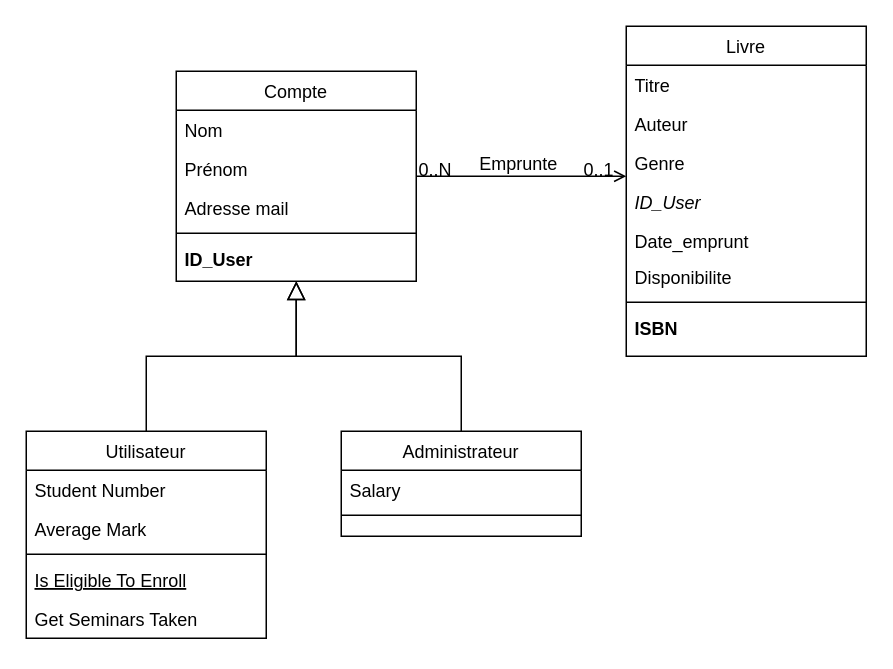
The draw.io diagram Untitled Diagram.drawio in arkonny/projet-c-esiea, before the edit. Source tidied: cells renumbered, new cells numbered last; positions are measured from the earlier drawing's top-left corner, leaving out a move shared by most shapes. Both pictures are drawn from the tidied source at 150%, with x=0, y=0 at pixel (26, 26).
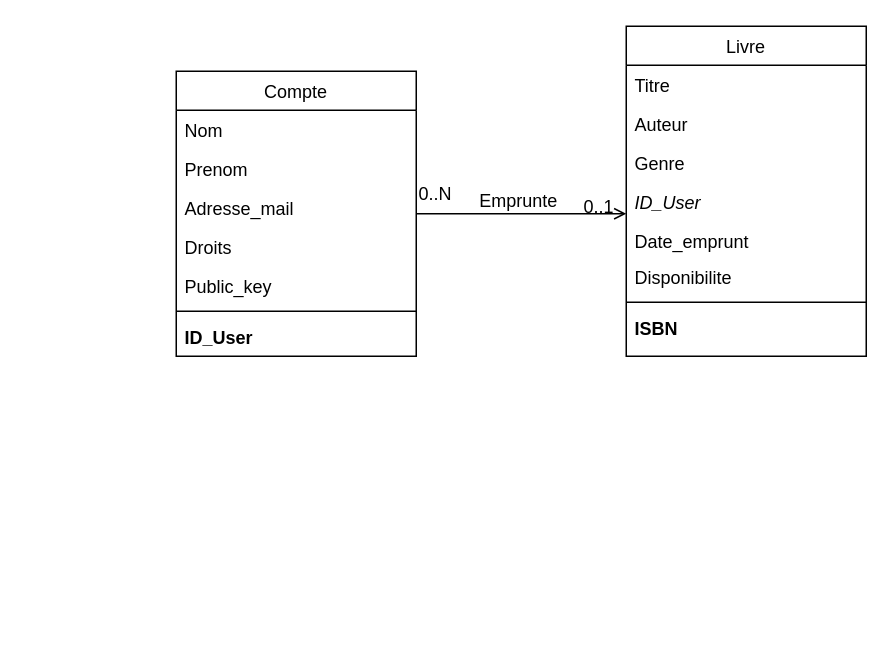
After the change.

The change refers to these unchanged cells:
```xml
<mxCell id="26" style="endArrow=open;shadow=0;strokeWidth=1;rounded=0;endFill=1;edgeStyle=elbowEdgeStyle;elbow=vertical;" parent="1" edge="1" source="2" target="19">
  <mxGeometry x="0.5" y="41" relative="1" as="geometry">
    <mxPoint x="-40" y="32" as="offset" />
  </mxGeometry>
</mxCell>
```

What changed in the source:
```diff
@@
     <mxCell id="2" value="Compte" style="swimlane;fontStyle=0;align=center;verticalAlign=top;horizontal=1;startSize=26;rounded=0;shadow=0;strokeWidth=1;" parent="1" vertex="1">
-      <mxGeometry x="100" y="30" width="160" height="140" as="geometry" />
+      <mxGeometry x="100" y="30" width="160" height="190" as="geometry" />
     </mxCell>
@@
-    <mxCell id="4" value="Prénom" style="text;align=left;verticalAlign=top;spacingLeft=4;spacingRight=4;overflow=hidden;rounded=0;shadow=0;html=0;" parent="2" vertex="1">
+    <mxCell id="4" value="Prenom" style="text;align=left;verticalAlign=top;spacingLeft=4;spacingRight=4;overflow=hidden;rounded=0;shadow=0;html=0;" parent="2" vertex="1">
       <mxGeometry y="52" width="160" height="26" as="geometry" />
     </mxCell>
-    <mxCell id="5" value="Adresse mail" style="text;align=left;verticalAlign=top;spacingLeft=4;spacingRight=4;overflow=hidden;rounded=0;shadow=0;html=0;" parent="2" vertex="1">
+    <mxCell id="5" value="Adresse_mail" style="text;align=left;verticalAlign=top;spacingLeft=4;spacingRight=4;overflow=hidden;rounded=0;shadow=0;html=0;" parent="2" vertex="1">
       <mxGeometry y="78" width="160" height="26" as="geometry" />
     </mxCell>
+    <mxCell id="32" value="Droits" style="text;align=left;verticalAlign=top;spacingLeft=4;spacingRight=4;overflow=hidden;rounded=0;shadow=0;html=0;" parent="2" vertex="1">
+      <mxGeometry y="104" width="160" height="26" as="geometry" />
+    </mxCell>
+    <mxCell id="33" value="Public_key" style="text;align=left;verticalAlign=top;spacingLeft=4;spacingRight=4;overflow=hidden;rounded=0;shadow=0;html=0;" parent="2" vertex="1">
+      <mxGeometry y="130" width="160" height="26" as="geometry" />
+    </mxCell>
     <mxCell id="6" style="line;html=1;strokeWidth=1;align=left;verticalAlign=middle;spacingTop=-1;spacingLeft=3;spacingRight=3;labelPosition=right;" parent="2" vertex="1">
-      <mxGeometry y="104" width="160" height="8" as="geometry" />
+      <mxGeometry y="156" width="160" height="8" as="geometry" />
     </mxCell>
     <mxCell id="7" value="ID_User" style="text;align=left;verticalAlign=top;spacingLeft=4;spacingRight=4;overflow=hidden;fontStyle=1;" parent="2" vertex="1">
-      <mxGeometry y="112" width="160" height="26" as="geometry" />
+      <mxGeometry y="164" width="160" height="26" as="geometry" />
     </mxCell>
-    <mxCell id="8" value="Utilisateur" style="swimlane;fontStyle=0;align=center;verticalAlign=top;horizontal=1;startSize=26;rounded=0;shadow=0;strokeWidth=1;" parent="1" vertex="1">
-      <mxGeometry y="270" width="160" height="138" as="geometry" />
-    </mxCell>
-    <mxCell id="9" value="Student Number" style="text;align=left;verticalAlign=top;spacingLeft=4;spacingRight=4;overflow=hidden;" parent="8" vertex="1">
-      <mxGeometry y="26" width="160" height="26" as="geometry" />
-    </mxCell>
-    <mxCell id="10" value="Average Mark" style="text;align=left;verticalAlign=top;spacingLeft=4;spacingRight=4;overflow=hidden;rounded=0;shadow=0;html=0;" parent="8" vertex="1">
-      <mxGeometry y="52" width="160" height="26" as="geometry" />
-    </mxCell>
-    <mxCell id="11" style="line;html=1;strokeWidth=1;align=left;verticalAlign=middle;spacingTop=-1;spacingLeft=3;spacingRight=3;labelPosition=right;" parent="8" vertex="1">
-      <mxGeometry y="78" width="160" height="8" as="geometry" />
-    </mxCell>
-    <mxCell id="12" value="Is Eligible To Enroll" style="text;align=left;verticalAlign=top;spacingLeft=4;spacingRight=4;overflow=hidden;fontStyle=4;" parent="8" vertex="1">
-      <mxGeometry y="86" width="160" height="26" as="geometry" />
-    </mxCell>
-    <mxCell id="13" value="Get Seminars Taken" style="text;align=left;verticalAlign=top;spacingLeft=4;spacingRight=4;overflow=hidden;" parent="8" vertex="1">
-      <mxGeometry y="112" width="160" height="26" as="geometry" />
-    </mxCell>
-    <mxCell id="14" style="endArrow=block;endSize=10;endFill=0;shadow=0;strokeWidth=1;rounded=0;edgeStyle=elbowEdgeStyle;elbow=vertical;" parent="1" edge="1" source="8" target="2">
-      <mxGeometry relative="1" as="geometry" />
-    </mxCell>
-    <mxCell id="15" value="Administrateur" style="swimlane;fontStyle=0;align=center;verticalAlign=top;horizontal=1;startSize=26;rounded=0;shadow=0;strokeWidth=1;" parent="1" vertex="1">
-      <mxGeometry x="210" y="270" width="160" height="70" as="geometry" />
-    </mxCell>
-    <mxCell id="16" value="Salary" style="text;align=left;verticalAlign=top;spacingLeft=4;spacingRight=4;overflow=hidden;" parent="15" vertex="1">
-      <mxGeometry y="26" width="160" height="26" as="geometry" />
-    </mxCell>
-    <mxCell id="17" style="line;html=1;strokeWidth=1;align=left;verticalAlign=middle;spacingTop=-1;spacingLeft=3;spacingRight=3;labelPosition=right;" parent="15" vertex="1">
-      <mxGeometry y="52" width="160" height="8" as="geometry" />
-    </mxCell>
-    <mxCell id="18" style="endArrow=block;endSize=10;endFill=0;shadow=0;strokeWidth=1;rounded=0;edgeStyle=elbowEdgeStyle;elbow=vertical;" parent="1" edge="1" source="15" target="2">
-      <mxGeometry relative="1" as="geometry" />
-    </mxCell>
@@
     <mxCell id="27" value="0..N" style="align=left;verticalAlign=bottom;labelBackgroundColor=none;fontSize=12;" parent="26" vertex="1">
       <mxGeometry x="-1" relative="1" as="geometry">
-        <mxPoint y="4" as="offset" />
+        <mxPoint y="-5" as="offset" />
       </mxGeometry>
     </mxCell>
```
